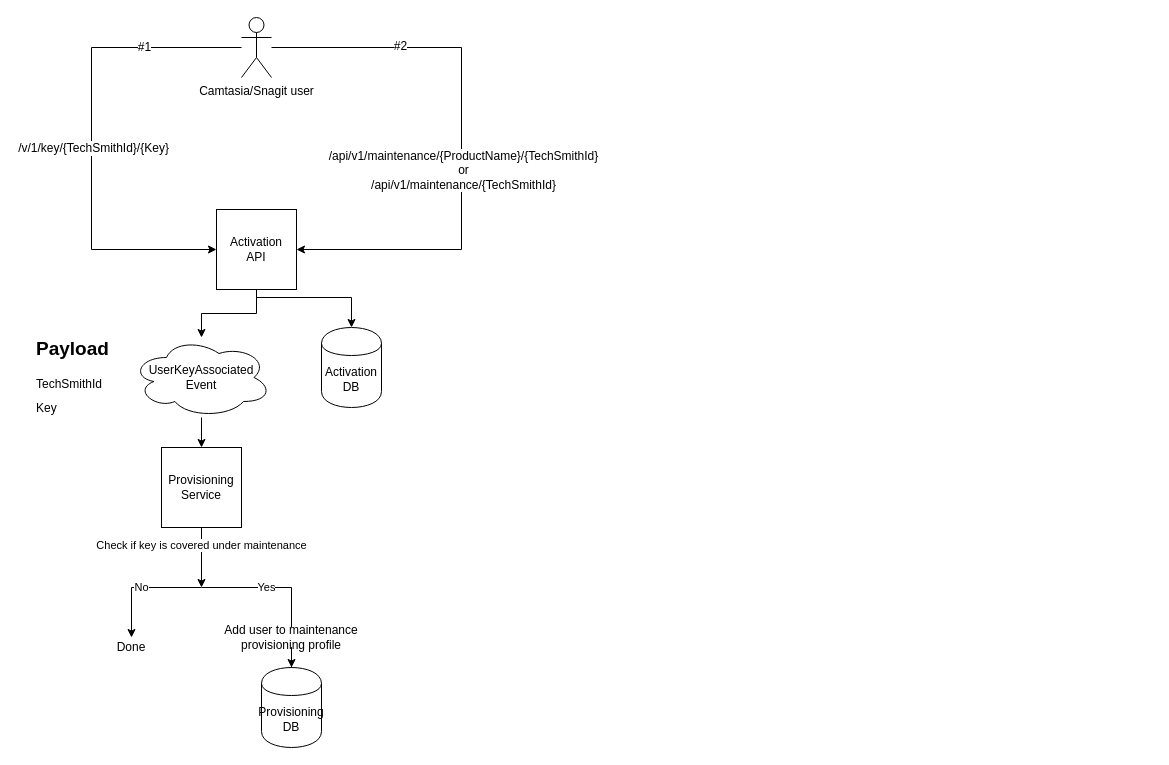
dontjee/drawiodrawings keeps this draw.io diagram as MaintenanceDesktopAwareness.drawio. Above is the earlier version. Source tidied: cells renumbered, new cells numbered last; positions are measured from the earlier drawing's top-left corner, leaving out a move shared by most shapes. Both pictures are drawn from the tidied source at 100%, with x=0, y=0 at pixel (31, 17).
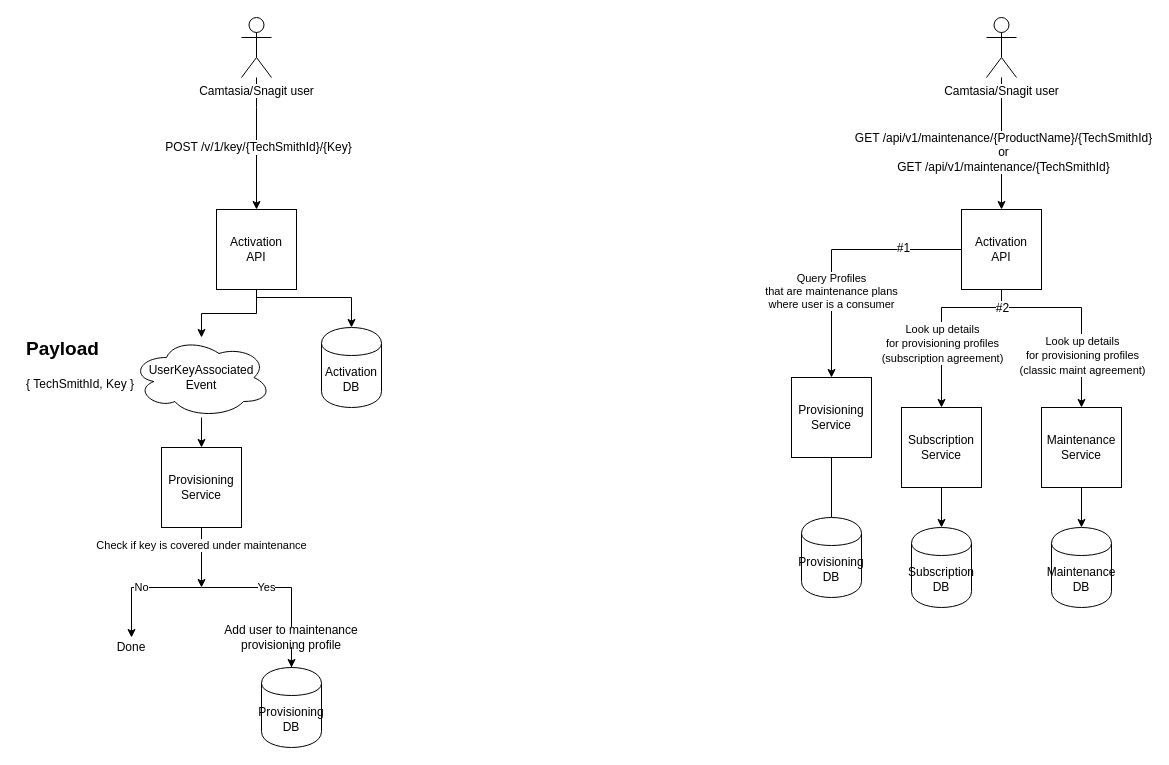
After the change.

Commit message:
Add separate add/read scenarios to maint desktop awareness doc

Unchanged cells that the change refers to:
```xml
<mxCell id="4" value="Activation&lt;br&gt;API&lt;br&gt;" style="whiteSpace=wrap;html=1;" parent="1" vertex="1">
  <mxGeometry x="185" y="192" width="80" height="80" as="geometry" />
</mxCell>
<mxCell id="11" value="Camtasia/Snagit user" style="shape=umlActor;verticalLabelPosition=bottom;labelBackgroundColor=#ffffff;verticalAlign=top;html=1;outlineConnect=0;" parent="1" vertex="1">
  <mxGeometry x="210" width="30" height="60" as="geometry" />
</mxCell>
```

Diff of the diagram source:
```diff
@@
-    <mxCell id="5" style="edgeStyle=orthogonalEdgeStyle;rounded=0;jettySize=auto;html=1;" parent="1" edge="1" source="11" target="4">
-      <mxGeometry relative="1" as="geometry">
-        <Array as="points">
-          <mxPoint x="430" y="30" />
-          <mxPoint x="430" y="232" />
-        </Array>
-      </mxGeometry>
-    </mxCell>
-    <mxCell id="6" value="&lt;span&gt;/api/v1/maintenance/{ProductName}/{TechSmithId}&lt;br&gt;or&lt;br&gt;&lt;/span&gt;/api/v1/maintenance/{TechSmithId}&lt;span&gt;&lt;br&gt;&lt;/span&gt;" style="text;html=1;align=center;verticalAlign=middle;labelBackgroundColor=#ffffff;" parent="5" vertex="1">
-      <mxGeometry x="0.12" y="1" relative="1" as="geometry" />
-    </mxCell>
-    <mxCell id="7" value="#2" style="text;html=1;align=center;verticalAlign=middle;labelBackgroundColor=#ffffff;" parent="5" vertex="1">
-      <mxGeometry x="-0.54" y="2" relative="1" as="geometry" />
-    </mxCell>
     <mxCell id="8" style="edgeStyle=orthogonalEdgeStyle;rounded=0;jettySize=auto;html=1;" parent="1" edge="1" source="11" target="4">
       <mxGeometry relative="1" as="geometry">
         <Array as="points">
-          <mxPoint x="60" y="30" />
-          <mxPoint x="60" y="232" />
+          <mxPoint x="225" y="90" />
+          <mxPoint x="225" y="90" />
         </Array>
       </mxGeometry>
     </mxCell>
-    <mxCell id="9" value="/v/1/key/&lt;span&gt;{TechSmithId}/{Key}&lt;/span&gt;" style="text;html=1;align=center;verticalAlign=middle;labelBackgroundColor=#ffffff;" parent="8" vertex="1">
+    <mxCell id="9" value="POST /v/1/key/&lt;span&gt;{TechSmithId}/{Key}&lt;/span&gt;" style="text;html=1;align=center;verticalAlign=middle;labelBackgroundColor=#ffffff;" parent="8" vertex="1">
       <mxGeometry x="0.05" y="1" relative="1" as="geometry" />
     </mxCell>
-    <mxCell id="10" value="#1" style="text;html=1;align=center;verticalAlign=middle;labelBackgroundColor=#ffffff;" parent="8" vertex="1">
-      <mxGeometry x="-0.59" y="-1" relative="1" as="geometry" />
-    </mxCell>
@@
-    <mxCell id="15" value="&lt;p style=&quot;line-height: 100%&quot;&gt;&lt;/p&gt;&lt;h1&gt;&lt;font style=&quot;font-size: 19px&quot;&gt;Payload&lt;/font&gt;&lt;/h1&gt;&lt;p style=&quot;line-height: 100%&quot;&gt;TechSmithId&lt;/p&gt;&lt;p style=&quot;line-height: 100%&quot;&gt;Key&lt;/p&gt;&lt;p&gt;&lt;/p&gt;" style="text;html=1;strokeColor=none;fillColor=none;spacing=5;spacingTop=-20;whiteSpace=wrap;overflow=hidden;rounded=0;" parent="1" vertex="1">
-      <mxGeometry y="310" width="90" height="100" as="geometry" />
+    <mxCell id="15" value="&lt;p style=&quot;line-height: 100%&quot;&gt;&lt;/p&gt;&lt;h1&gt;&lt;font style=&quot;font-size: 19px&quot;&gt;Payload&lt;/font&gt;&lt;/h1&gt;&lt;p style=&quot;line-height: 100%&quot;&gt;{&amp;nbsp;&lt;span&gt;TechSmithId,&amp;nbsp;&lt;/span&gt;&lt;span&gt;Key&amp;nbsp;&lt;/span&gt;&lt;span&gt;}&lt;/span&gt;&lt;/p&gt;&lt;p&gt;&lt;/p&gt;" style="text;html=1;strokeColor=none;fillColor=none;spacing=5;spacingTop=-20;whiteSpace=wrap;overflow=hidden;rounded=0;" parent="1" vertex="1">
+      <mxGeometry x="-10" y="310" width="120" height="80" as="geometry" />
     </mxCell>
@@
+    <mxCell id="24" value="Query Profiles&lt;br&gt;that are maintenance plans&lt;br&gt;where user is a consumer&lt;br&gt;" style="edgeStyle=orthogonalEdgeStyle;rounded=0;jettySize=auto;html=1;entryX=0.5;entryY=0;entryDx=0;entryDy=0;endArrow=classic;endFill=1;" parent="1" edge="1" source="27" target="32">
+      <mxGeometry x="0.33" relative="1" as="geometry" />
+    </mxCell>
+    <mxCell id="10" value="#1" style="text;html=1;align=center;verticalAlign=middle;labelBackgroundColor=#ffffff;" parent="24" vertex="1">
+      <mxGeometry x="-0.54" y="-2" relative="1" as="geometry" />
+    </mxCell>
+    <mxCell id="25" style="edgeStyle=orthogonalEdgeStyle;rounded=0;jettySize=auto;html=1;exitX=0.5;exitY=1;exitDx=0;exitDy=0;entryX=0.5;entryY=0;entryDx=0;entryDy=0;endArrow=classic;endFill=1;" parent="1" edge="1" source="27" target="35">
+      <mxGeometry relative="1" as="geometry">
+        <Array as="points">
+          <mxPoint x="970" y="290" />
+          <mxPoint x="910" y="290" />
+        </Array>
+      </mxGeometry>
+    </mxCell>
+    <mxCell id="26" value="&lt;font style=&quot;font-size: 11px&quot;&gt;&lt;font style=&quot;font-size: 11px&quot;&gt;Look up details&lt;br&gt;for provisioning profiles&lt;br&gt;&lt;/font&gt;(subscription agreement)&lt;/font&gt;&lt;br&gt;" style="text;html=1;align=center;verticalAlign=middle;labelBackgroundColor=#ffffff;" parent="25" vertex="1">
+      <mxGeometry x="0.42" y="1" relative="1" as="geometry">
+        <mxPoint x="-1" y="-13" as="offset" />
+      </mxGeometry>
+    </mxCell>
+    <mxCell id="27" value="Activation&lt;br&gt;API&lt;br&gt;" style="whiteSpace=wrap;html=1;" parent="1" vertex="1">
+      <mxGeometry x="930" y="192" width="80" height="80" as="geometry" />
+    </mxCell>
+    <mxCell id="28" style="edgeStyle=orthogonalEdgeStyle;rounded=0;jettySize=auto;html=1;" parent="1" edge="1" source="30" target="27">
+      <mxGeometry relative="1" as="geometry">
+        <Array as="points">
+          <mxPoint x="970" y="130" />
+          <mxPoint x="970" y="130" />
+        </Array>
+      </mxGeometry>
+    </mxCell>
+    <mxCell id="29" value="&lt;span&gt;GET /api/v1/maintenance/{ProductName}/{TechSmithId}&lt;br&gt;or&lt;br&gt;&lt;/span&gt;GET /api/v1/maintenance/{TechSmithId}&lt;span&gt;&lt;br&gt;&lt;/span&gt;" style="text;html=1;align=center;verticalAlign=middle;labelBackgroundColor=#ffffff;" parent="28" vertex="1">
+      <mxGeometry x="0.12" y="1" relative="1" as="geometry" />
+    </mxCell>
+    <mxCell id="30" value="Camtasia/Snagit user" style="shape=umlActor;verticalLabelPosition=bottom;labelBackgroundColor=#ffffff;verticalAlign=top;html=1;outlineConnect=0;" parent="1" vertex="1">
+      <mxGeometry x="955" width="30" height="60" as="geometry" />
+    </mxCell>
+    <mxCell id="31" style="edgeStyle=orthogonalEdgeStyle;rounded=0;jettySize=auto;html=1;entryX=0.5;entryY=0;entryDx=0;entryDy=0;endArrow=none;endFill=0;" parent="1" edge="1" source="32" target="33">
+      <mxGeometry relative="1" as="geometry" />
+    </mxCell>
+    <mxCell id="32" value="Provisioning&lt;br&gt;Service&lt;br&gt;" style="whiteSpace=wrap;html=1;" parent="1" vertex="1">
+      <mxGeometry x="760" y="360" width="80" height="80" as="geometry" />
+    </mxCell>
+    <mxCell id="33" value="Provisioning&lt;br&gt;DB&lt;br&gt;" style="shape=cylinder;whiteSpace=wrap;html=1;boundedLbl=1;backgroundOutline=1;" parent="1" vertex="1">
+      <mxGeometry x="770" y="500" width="60" height="80" as="geometry" />
+    </mxCell>
+    <mxCell id="34" style="edgeStyle=orthogonalEdgeStyle;rounded=0;jettySize=auto;html=1;entryX=0.5;entryY=0;entryDx=0;entryDy=0;endArrow=classic;endFill=1;" parent="1" edge="1" source="35" target="36">
+      <mxGeometry relative="1" as="geometry" />
+    </mxCell>
+    <mxCell id="35" value="Subscription&lt;br&gt;Service&lt;br&gt;" style="whiteSpace=wrap;html=1;" parent="1" vertex="1">
+      <mxGeometry x="870" y="390" width="80" height="80" as="geometry" />
+    </mxCell>
+    <mxCell id="36" value="Subscription&lt;br&gt;DB&lt;br&gt;" style="shape=cylinder;whiteSpace=wrap;html=1;boundedLbl=1;backgroundOutline=1;" parent="1" vertex="1">
+      <mxGeometry x="880" y="510" width="60" height="80" as="geometry" />
+    </mxCell>
+    <mxCell id="37" style="edgeStyle=orthogonalEdgeStyle;rounded=0;jettySize=auto;html=1;exitX=0.5;exitY=1;exitDx=0;exitDy=0;entryX=0.5;entryY=0;entryDx=0;entryDy=0;endArrow=classic;endFill=1;" parent="1" edge="1" source="27" target="40">
+      <mxGeometry relative="1" as="geometry">
+        <Array as="points">
+          <mxPoint x="970" y="290" />
+          <mxPoint x="1050" y="290" />
+        </Array>
+      </mxGeometry>
+    </mxCell>
+    <mxCell id="38" value="&lt;font style=&quot;font-size: 11px&quot;&gt;&lt;font style=&quot;font-size: 11px&quot;&gt;Look up details&lt;br&gt;for provisioning profiles&lt;br&gt;&lt;/font&gt;(classic maint agreement)&lt;/font&gt;&lt;br&gt;" style="text;html=1;align=center;verticalAlign=middle;labelBackgroundColor=#ffffff;" parent="37" vertex="1">
+      <mxGeometry x="0.42" y="1" relative="1" as="geometry">
+        <mxPoint x="-1" y="4" as="offset" />
+      </mxGeometry>
+    </mxCell>
+    <mxCell id="7" value="#2" style="text;html=1;align=center;verticalAlign=middle;labelBackgroundColor=#ffffff;" parent="37" vertex="1">
+      <mxGeometry x="-0.95" y="1" relative="1" as="geometry">
+        <mxPoint x="-1" y="13" as="offset" />
+      </mxGeometry>
+    </mxCell>
+    <mxCell id="39" style="edgeStyle=orthogonalEdgeStyle;rounded=0;jettySize=auto;html=1;endArrow=classic;endFill=1;" parent="1" edge="1" source="40" target="41">
+      <mxGeometry relative="1" as="geometry" />
+    </mxCell>
+    <mxCell id="40" value="Maintenance&lt;br&gt;Service&lt;br&gt;" style="whiteSpace=wrap;html=1;" parent="1" vertex="1">
+      <mxGeometry x="1010" y="390" width="80" height="80" as="geometry" />
+    </mxCell>
+    <mxCell id="41" value="Maintenance&lt;br&gt;DB&lt;br&gt;" style="shape=cylinder;whiteSpace=wrap;html=1;boundedLbl=1;backgroundOutline=1;" parent="1" vertex="1">
+      <mxGeometry x="1020" y="510" width="60" height="80" as="geometry" />
+    </mxCell>
```
